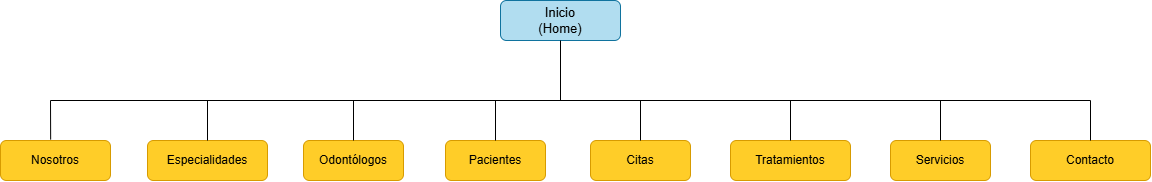
Before: sistema web.drawio.png, a diagram exported from draw.io (IngridCruzY/sistema-web-cl-nica-odont-loga). Source tidied: cells renumbered, new cells last; positions are measured from the earlier drawing's top-left corner, leaving out a move shared by most shapes.
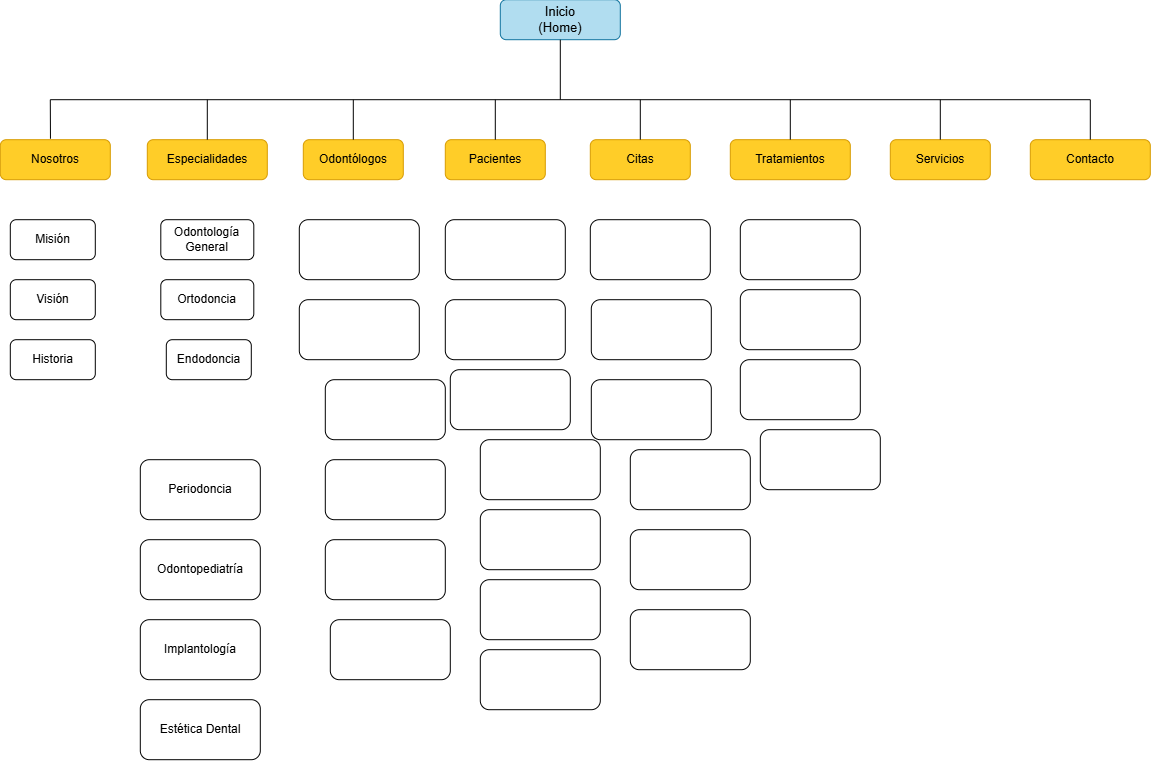
Above is the later version.

Change to the diagram source:
```diff
@@ -80,5 +80,104 @@
         <mxPoint x="940" y="100" as="targetPoint" />
       </mxGeometry>
     </mxCell>
+    <mxCell id="21" value="Misión" style="rounded=1;whiteSpace=wrap;html=1;" parent="1" vertex="1">
+      <mxGeometry x="10" y="220" width="85" height="40" as="geometry" />
+    </mxCell>
+    <mxCell id="22" value="Visión" style="rounded=1;whiteSpace=wrap;html=1;" parent="1" vertex="1">
+      <mxGeometry x="10" y="280" width="85" height="40" as="geometry" />
+    </mxCell>
+    <mxCell id="23" value="Historia" style="rounded=1;whiteSpace=wrap;html=1;" parent="1" vertex="1">
+      <mxGeometry x="10" y="340" width="85" height="40" as="geometry" />
+    </mxCell>
+    <mxCell id="24" value="Odontología &lt;br&gt;General" style="rounded=1;whiteSpace=wrap;html=1;" parent="1" vertex="1">
+      <mxGeometry x="160.5" y="220" width="93" height="40" as="geometry" />
+    </mxCell>
+    <mxCell id="25" value="Ortodoncia" style="rounded=1;whiteSpace=wrap;html=1;" parent="1" vertex="1">
+      <mxGeometry x="160.5" y="280" width="93" height="40" as="geometry" />
+    </mxCell>
+    <mxCell id="26" value="Endodoncia" style="rounded=1;whiteSpace=wrap;html=1;" parent="1" vertex="1">
+      <mxGeometry x="166" y="340" width="85" height="40" as="geometry" />
+    </mxCell>
+    <mxCell id="27" value="Periodoncia" style="rounded=1;whiteSpace=wrap;html=1;" parent="1" vertex="1">
+      <mxGeometry x="140" y="460" width="120" height="60" as="geometry" />
+    </mxCell>
+    <mxCell id="28" value="Odontopediatría" style="rounded=1;whiteSpace=wrap;html=1;" parent="1" vertex="1">
+      <mxGeometry x="140" y="540" width="120" height="60" as="geometry" />
+    </mxCell>
+    <mxCell id="29" value="Implantología" style="rounded=1;whiteSpace=wrap;html=1;" parent="1" vertex="1">
+      <mxGeometry x="140" y="620" width="120" height="60" as="geometry" />
+    </mxCell>
+    <mxCell id="30" value="Estética Dental" style="rounded=1;whiteSpace=wrap;html=1;" parent="1" vertex="1">
+      <mxGeometry x="140" y="700" width="120" height="60" as="geometry" />
+    </mxCell>
+    <mxCell id="31" style="rounded=1;whiteSpace=wrap;html=1;" parent="1" vertex="1">
+      <mxGeometry x="299" y="220" width="120" height="60" as="geometry" />
+    </mxCell>
+    <mxCell id="32" style="rounded=1;whiteSpace=wrap;html=1;" parent="1" vertex="1">
+      <mxGeometry x="299" y="300" width="120" height="60" as="geometry" />
+    </mxCell>
+    <mxCell id="33" style="rounded=1;whiteSpace=wrap;html=1;" parent="1" vertex="1">
+      <mxGeometry x="325" y="380" width="120" height="60" as="geometry" />
+    </mxCell>
+    <mxCell id="34" style="rounded=1;whiteSpace=wrap;html=1;" parent="1" vertex="1">
+      <mxGeometry x="325" y="460" width="120" height="60" as="geometry" />
+    </mxCell>
+    <mxCell id="35" style="rounded=1;whiteSpace=wrap;html=1;" parent="1" vertex="1">
+      <mxGeometry x="325" y="540" width="120" height="60" as="geometry" />
+    </mxCell>
+    <mxCell id="36" style="rounded=1;whiteSpace=wrap;html=1;" parent="1" vertex="1">
+      <mxGeometry x="330" y="620" width="120" height="60" as="geometry" />
+    </mxCell>
+    <mxCell id="37" style="rounded=1;whiteSpace=wrap;html=1;" parent="1" vertex="1">
+      <mxGeometry x="445" y="220" width="120" height="60" as="geometry" />
+    </mxCell>
+    <mxCell id="38" style="rounded=1;whiteSpace=wrap;html=1;" parent="1" vertex="1">
+      <mxGeometry x="445" y="300" width="120" height="60" as="geometry" />
+    </mxCell>
+    <mxCell id="39" style="rounded=1;whiteSpace=wrap;html=1;" parent="1" vertex="1">
+      <mxGeometry x="450" y="370" width="120" height="60" as="geometry" />
+    </mxCell>
+    <mxCell id="40" style="rounded=1;whiteSpace=wrap;html=1;" parent="1" vertex="1">
+      <mxGeometry x="480" y="440" width="120" height="60" as="geometry" />
+    </mxCell>
+    <mxCell id="41" style="rounded=1;whiteSpace=wrap;html=1;" parent="1" vertex="1">
+      <mxGeometry x="480" y="510" width="120" height="60" as="geometry" />
+    </mxCell>
+    <mxCell id="42" style="rounded=1;whiteSpace=wrap;html=1;" parent="1" vertex="1">
+      <mxGeometry x="480" y="580" width="120" height="60" as="geometry" />
+    </mxCell>
+    <mxCell id="43" style="rounded=1;whiteSpace=wrap;html=1;" parent="1" vertex="1">
+      <mxGeometry x="480" y="650" width="120" height="60" as="geometry" />
+    </mxCell>
+    <mxCell id="44" style="rounded=1;whiteSpace=wrap;html=1;" parent="1" vertex="1">
+      <mxGeometry x="590" y="220" width="120" height="60" as="geometry" />
+    </mxCell>
+    <mxCell id="45" style="rounded=1;whiteSpace=wrap;html=1;" parent="1" vertex="1">
+      <mxGeometry x="591" y="300" width="120" height="60" as="geometry" />
+    </mxCell>
+    <mxCell id="46" style="rounded=1;whiteSpace=wrap;html=1;" parent="1" vertex="1">
+      <mxGeometry x="591" y="380" width="120" height="60" as="geometry" />
+    </mxCell>
+    <mxCell id="47" style="rounded=1;whiteSpace=wrap;html=1;" parent="1" vertex="1">
+      <mxGeometry x="630" y="450" width="120" height="60" as="geometry" />
+    </mxCell>
+    <mxCell id="48" style="rounded=1;whiteSpace=wrap;html=1;" parent="1" vertex="1">
+      <mxGeometry x="630" y="530" width="120" height="60" as="geometry" />
+    </mxCell>
+    <mxCell id="49" style="rounded=1;whiteSpace=wrap;html=1;" parent="1" vertex="1">
+      <mxGeometry x="630" y="610" width="120" height="60" as="geometry" />
+    </mxCell>
+    <mxCell id="50" style="rounded=1;whiteSpace=wrap;html=1;" parent="1" vertex="1">
+      <mxGeometry x="740" y="220" width="120" height="60" as="geometry" />
+    </mxCell>
+    <mxCell id="51" style="rounded=1;whiteSpace=wrap;html=1;" parent="1" vertex="1">
+      <mxGeometry x="740" y="290" width="120" height="60" as="geometry" />
+    </mxCell>
+    <mxCell id="52" style="rounded=1;whiteSpace=wrap;html=1;" parent="1" vertex="1">
+      <mxGeometry x="740" y="360" width="120" height="60" as="geometry" />
+    </mxCell>
+    <mxCell id="53" style="rounded=1;whiteSpace=wrap;html=1;" parent="1" vertex="1">
+      <mxGeometry x="760" y="430" width="120" height="60" as="geometry" />
+    </mxCell>
   </root>
 </mxGraphModel>
```
